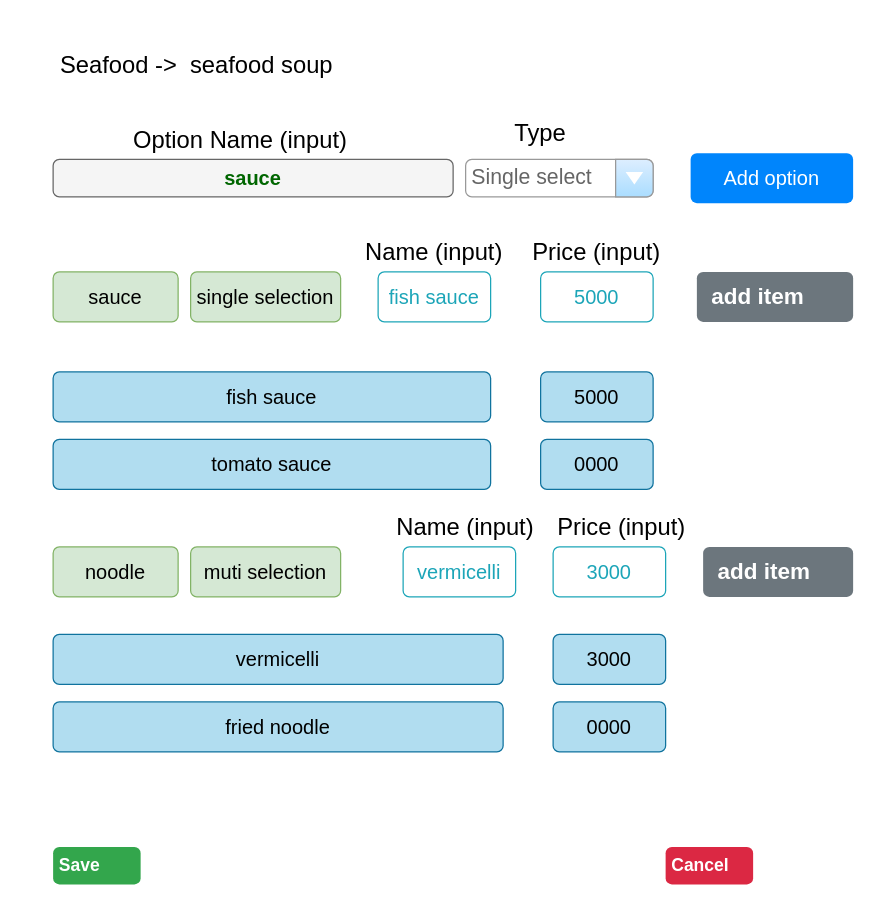
Before: resto_admin_order_menu.drawio in letrthang/design, a draw.io diagram. Source tidied: cells renumbered, new cells numbered last; positions are measured from the earlier drawing's top-left corner, leaving out a move shared by most shapes. Both pictures are drawn from the tidied source at 125%, with x=0, y=0 at pixel (21, 46).
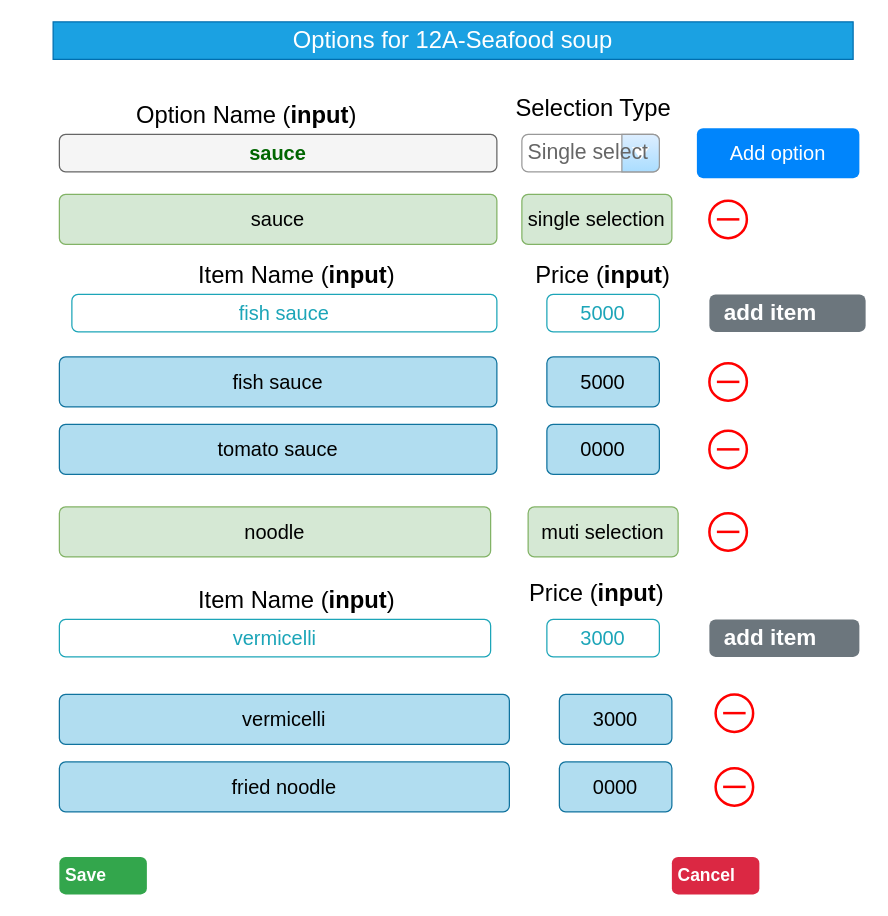
Above is the later version.

What changed in the source:
```diff
@@
-    <mxCell id="2" value="&lt;font style=&quot;font-size: 19px;&quot;&gt;Seafood -&amp;gt;&amp;nbsp; seafood soup&lt;/font&gt;" style="text;html=1;strokeColor=none;fillColor=none;align=center;verticalAlign=middle;whiteSpace=wrap;rounded=0;" parent="1" vertex="1">
-      <mxGeometry width="280" height="30" as="geometry" />
+    <mxCell id="2" value="&lt;font style=&quot;font-size: 19px;&quot;&gt;Options for 12A-Seafood soup&lt;/font&gt;" style="text;html=1;strokeColor=#006EAF;fillColor=#1ba1e2;align=center;verticalAlign=middle;whiteSpace=wrap;rounded=0;fontColor=#ffffff;" parent="1" vertex="1">
+      <mxGeometry x="25" y="-20" width="640" height="30" as="geometry" />
     </mxCell>
     <mxCell id="3" value="&lt;font color=&quot;#006600&quot;&gt;&lt;b&gt;sauce&lt;/b&gt;&lt;/font&gt;" style="html=1;shadow=0;dashed=0;shape=mxgraph.bootstrap.rrect;rSize=5;strokeColor=#666666;strokeWidth=1;fillColor=#f5f5f5;whiteSpace=wrap;align=center;verticalAlign=middle;spacingLeft=0;fontStyle=0;fontSize=16;spacing=5;fontColor=#333333;" parent="1" vertex="1">
-      <mxGeometry x="25" y="90" width="320" height="30" as="geometry" />
+      <mxGeometry x="30" y="70" width="350" height="30" as="geometry" />
     </mxCell>
-    <mxCell id="4" value="&lt;font style=&quot;font-size: 19px;&quot;&gt;Option Name (input)&lt;/font&gt;" style="text;html=1;strokeColor=none;fillColor=none;align=center;verticalAlign=middle;whiteSpace=wrap;rounded=0;" parent="1" vertex="1">
-      <mxGeometry x="85" y="60" width="180" height="30" as="geometry" />
+    <mxCell id="4" value="&lt;font style=&quot;font-size: 19px;&quot;&gt;Option Name (&lt;b&gt;input&lt;/b&gt;)&lt;/font&gt;" style="text;html=1;strokeColor=none;fillColor=none;align=center;verticalAlign=middle;whiteSpace=wrap;rounded=0;" parent="1" vertex="1">
+      <mxGeometry x="90" y="40" width="180" height="30" as="geometry" />
     </mxCell>
     <mxCell id="5" value="Single select" style="strokeWidth=1;shadow=0;dashed=0;align=center;html=1;shape=mxgraph.mockup.forms.comboBox;strokeColor=#999999;fillColor=#ddeeff;align=left;fillColor2=#aaddff;mainText=;fontColor=#666666;fontSize=17;spacingLeft=3;" parent="1" vertex="1">
-      <mxGeometry x="355" y="90" width="150" height="30" as="geometry" />
+      <mxGeometry x="400" y="70" width="110" height="30" as="geometry" />
     </mxCell>
-    <mxCell id="6" value="&lt;font style=&quot;font-size: 19px;&quot;&gt;Type&lt;/font&gt;" style="text;html=1;strokeColor=none;fillColor=none;align=center;verticalAlign=middle;whiteSpace=wrap;rounded=0;" parent="1" vertex="1">
-      <mxGeometry x="385" y="55" width="60" height="30" as="geometry" />
+    <mxCell id="6" value="&lt;font style=&quot;font-size: 19px;&quot;&gt;Selection Type&lt;/font&gt;" style="text;html=1;strokeColor=none;fillColor=none;align=center;verticalAlign=middle;whiteSpace=wrap;rounded=0;" parent="1" vertex="1">
+      <mxGeometry x="390" y="35" width="135" height="30" as="geometry" />
     </mxCell>
     <mxCell id="7" value="Add option" style="html=1;shadow=0;dashed=0;shape=mxgraph.bootstrap.rrect;rSize=5;strokeColor=none;strokeWidth=1;fillColor=#0085FC;fontColor=#FFFFFF;whiteSpace=wrap;align=center;verticalAlign=middle;spacingLeft=0;fontStyle=0;fontSize=16;spacing=5;" parent="1" vertex="1">
-      <mxGeometry x="535" y="85" width="130" height="40" as="geometry" />
+      <mxGeometry x="540" y="65" width="130" height="40" as="geometry" />
     </mxCell>
     <mxCell id="8" value="sauce" style="html=1;shadow=0;dashed=0;shape=mxgraph.bootstrap.rrect;rSize=5;strokeColor=#82b366;strokeWidth=1;fillColor=#d5e8d4;whiteSpace=wrap;align=center;verticalAlign=middle;spacingLeft=0;fontStyle=0;fontSize=16;spacing=5;" parent="1" vertex="1">
-      <mxGeometry x="25" y="180" width="100" height="40" as="geometry" />
+      <mxGeometry x="30" y="118" width="350" height="40" as="geometry" />
     </mxCell>
     <mxCell id="9" value="fish sauce" style="html=1;shadow=0;dashed=0;shape=mxgraph.bootstrap.rrect;rSize=5;strokeColor=#1CA5B8;strokeWidth=1;fillColor=none;fontColor=#1CA5B8;whiteSpace=wrap;align=center;verticalAlign=middle;spacingLeft=0;fontStyle=0;fontSize=16;spacing=5;" parent="1" vertex="1">
-      <mxGeometry x="285" y="180" width="90" height="40" as="geometry" />
+      <mxGeometry x="40" y="198" width="340" height="30" as="geometry" />
     </mxCell>
     <mxCell id="10" value="5000" style="html=1;shadow=0;dashed=0;shape=mxgraph.bootstrap.rrect;rSize=5;strokeColor=#1CA5B8;strokeWidth=1;fillColor=none;fontColor=#1CA5B8;whiteSpace=wrap;align=center;verticalAlign=middle;spacingLeft=0;fontStyle=0;fontSize=16;spacing=5;" parent="1" vertex="1">
-      <mxGeometry x="415" y="180" width="90" height="40" as="geometry" />
+      <mxGeometry x="420" y="198" width="90" height="30" as="geometry" />
     </mxCell>
     <mxCell id="11" value="add item" style="html=1;shadow=0;dashed=0;shape=mxgraph.bootstrap.rrect;rSize=5;strokeColor=none;strokeWidth=1;fillColor=#6C767D;fontColor=#FFFFFF;whiteSpace=wrap;align=left;verticalAlign=middle;spacingLeft=10;fontStyle=1;fontSize=18;" parent="1" vertex="1">
-      <mxGeometry x="540" y="180" width="125" height="40" as="geometry" />
+      <mxGeometry x="550" y="198" width="125" height="30" as="geometry" />
     </mxCell>
-    <mxCell id="12" value="&lt;font style=&quot;font-size: 19px;&quot;&gt;Name (input)&lt;/font&gt;" style="text;html=1;strokeColor=none;fillColor=none;align=center;verticalAlign=middle;whiteSpace=wrap;rounded=0;" parent="1" vertex="1">
-      <mxGeometry x="260" y="150" width="140" height="30" as="geometry" />
+    <mxCell id="12" value="&lt;font style=&quot;font-size: 19px;&quot;&gt;Item Name (&lt;b&gt;input&lt;/b&gt;)&lt;/font&gt;" style="text;html=1;strokeColor=none;fillColor=none;align=center;verticalAlign=middle;whiteSpace=wrap;rounded=0;" parent="1" vertex="1">
+      <mxGeometry x="135" y="168" width="170" height="30" as="geometry" />
     </mxCell>
-    <mxCell id="13" value="&lt;font style=&quot;font-size: 19px;&quot;&gt;Price (input)&lt;/font&gt;" style="text;html=1;strokeColor=none;fillColor=none;align=center;verticalAlign=middle;whiteSpace=wrap;rounded=0;" parent="1" vertex="1">
-      <mxGeometry x="405" y="150" width="110" height="30" as="geometry" />
+    <mxCell id="13" value="&lt;font style=&quot;font-size: 19px;&quot;&gt;Price (&lt;b&gt;input&lt;/b&gt;)&lt;/font&gt;" style="text;html=1;strokeColor=none;fillColor=none;align=center;verticalAlign=middle;whiteSpace=wrap;rounded=0;" parent="1" vertex="1">
+      <mxGeometry x="410" y="168" width="110" height="30" as="geometry" />
     </mxCell>
     <mxCell id="14" value="fish sauce" style="html=1;shadow=0;dashed=0;shape=mxgraph.bootstrap.rrect;rSize=5;strokeColor=#10739e;strokeWidth=1;fillColor=#b1ddf0;whiteSpace=wrap;align=center;verticalAlign=middle;spacingLeft=0;fontStyle=0;fontSize=16;spacing=5;" parent="1" vertex="1">
-      <mxGeometry x="25" y="260" width="350" height="40" as="geometry" />
+      <mxGeometry x="30" y="248" width="350" height="40" as="geometry" />
     </mxCell>
     <mxCell id="15" value="5000" style="html=1;shadow=0;dashed=0;shape=mxgraph.bootstrap.rrect;rSize=5;strokeColor=#10739e;strokeWidth=1;fillColor=#b1ddf0;whiteSpace=wrap;align=center;verticalAlign=middle;spacingLeft=0;fontStyle=0;fontSize=16;spacing=5;" parent="1" vertex="1">
-      <mxGeometry x="415" y="260" width="90" height="40" as="geometry" />
+      <mxGeometry x="420" y="248" width="90" height="40" as="geometry" />
     </mxCell>
     <mxCell id="16" value="tomato sauce" style="html=1;shadow=0;dashed=0;shape=mxgraph.bootstrap.rrect;rSize=5;strokeColor=#10739e;strokeWidth=1;fillColor=#b1ddf0;whiteSpace=wrap;align=center;verticalAlign=middle;spacingLeft=0;fontStyle=0;fontSize=16;spacing=5;" parent="1" vertex="1">
-      <mxGeometry x="25" y="314" width="350" height="40" as="geometry" />
+      <mxGeometry x="30" y="302" width="350" height="40" as="geometry" />
     </mxCell>
     <mxCell id="17" value="0000" style="html=1;shadow=0;dashed=0;shape=mxgraph.bootstrap.rrect;rSize=5;strokeColor=#10739e;strokeWidth=1;fillColor=#b1ddf0;whiteSpace=wrap;align=center;verticalAlign=middle;spacingLeft=0;fontStyle=0;fontSize=16;spacing=5;" parent="1" vertex="1">
-      <mxGeometry x="415" y="314" width="90" height="40" as="geometry" />
+      <mxGeometry x="420" y="302" width="90" height="40" as="geometry" />
     </mxCell>
     <mxCell id="18" value="noodle" style="html=1;shadow=0;dashed=0;shape=mxgraph.bootstrap.rrect;rSize=5;strokeColor=#82b366;strokeWidth=1;fillColor=#d5e8d4;whiteSpace=wrap;align=center;verticalAlign=middle;spacingLeft=0;fontStyle=0;fontSize=16;spacing=5;" parent="1" vertex="1">
-      <mxGeometry x="25" y="400" width="100" height="40" as="geometry" />
+      <mxGeometry x="30" y="368" width="345" height="40" as="geometry" />
     </mxCell>
     <mxCell id="19" value="vermicelli" style="html=1;shadow=0;dashed=0;shape=mxgraph.bootstrap.rrect;rSize=5;strokeColor=#1CA5B8;strokeWidth=1;fillColor=none;fontColor=#1CA5B8;whiteSpace=wrap;align=center;verticalAlign=middle;spacingLeft=0;fontStyle=0;fontSize=16;spacing=5;" parent="1" vertex="1">
-      <mxGeometry x="305" y="400" width="90" height="40" as="geometry" />
+      <mxGeometry x="30" y="458" width="345" height="30" as="geometry" />
     </mxCell>
     <mxCell id="20" value="3000" style="html=1;shadow=0;dashed=0;shape=mxgraph.bootstrap.rrect;rSize=5;strokeColor=#1CA5B8;strokeWidth=1;fillColor=none;fontColor=#1CA5B8;whiteSpace=wrap;align=center;verticalAlign=middle;spacingLeft=0;fontStyle=0;fontSize=16;spacing=5;" parent="1" vertex="1">
-      <mxGeometry x="425" y="400" width="90" height="40" as="geometry" />
+      <mxGeometry x="420" y="458" width="90" height="30" as="geometry" />
     </mxCell>
     <mxCell id="21" value="add item" style="html=1;shadow=0;dashed=0;shape=mxgraph.bootstrap.rrect;rSize=5;strokeColor=none;strokeWidth=1;fillColor=#6C767D;fontColor=#FFFFFF;whiteSpace=wrap;align=left;verticalAlign=middle;spacingLeft=10;fontStyle=1;fontSize=18;" parent="1" vertex="1">
-      <mxGeometry x="545" y="400" width="120" height="40" as="geometry" />
+      <mxGeometry x="550" y="458" width="120" height="30" as="geometry" />
     </mxCell>
-    <mxCell id="22" value="&lt;font style=&quot;font-size: 19px;&quot;&gt;Name (input)&lt;/font&gt;" style="text;html=1;strokeColor=none;fillColor=none;align=center;verticalAlign=middle;whiteSpace=wrap;rounded=0;" parent="1" vertex="1">
-      <mxGeometry x="285" y="370" width="140" height="30" as="geometry" />
+    <mxCell id="22" value="&lt;font style=&quot;font-size: 19px;&quot;&gt;Item Name (&lt;b&gt;input&lt;/b&gt;)&lt;/font&gt;" style="text;html=1;strokeColor=none;fillColor=none;align=center;verticalAlign=middle;whiteSpace=wrap;rounded=0;" parent="1" vertex="1">
+      <mxGeometry x="125" y="428" width="190" height="30" as="geometry" />
     </mxCell>
-    <mxCell id="23" value="&lt;font style=&quot;font-size: 19px;&quot;&gt;Price (input)&lt;/font&gt;" style="text;html=1;strokeColor=none;fillColor=none;align=center;verticalAlign=middle;whiteSpace=wrap;rounded=0;" parent="1" vertex="1">
-      <mxGeometry x="425" y="370" width="110" height="30" as="geometry" />
+    <mxCell id="23" value="&lt;font style=&quot;font-size: 19px;&quot;&gt;Price (&lt;b&gt;input&lt;/b&gt;)&lt;/font&gt;" style="text;html=1;strokeColor=none;fillColor=none;align=center;verticalAlign=middle;whiteSpace=wrap;rounded=0;" parent="1" vertex="1">
+      <mxGeometry x="405" y="418" width="110" height="40" as="geometry" />
     </mxCell>
     <mxCell id="24" value="vermicelli" style="html=1;shadow=0;dashed=0;shape=mxgraph.bootstrap.rrect;rSize=5;strokeColor=#10739e;strokeWidth=1;fillColor=#b1ddf0;whiteSpace=wrap;align=center;verticalAlign=middle;spacingLeft=0;fontStyle=0;fontSize=16;spacing=5;" parent="1" vertex="1">
-      <mxGeometry x="25" y="470" width="360" height="40" as="geometry" />
+      <mxGeometry x="30" y="518" width="360" height="40" as="geometry" />
     </mxCell>
     <mxCell id="25" value="3000" style="html=1;shadow=0;dashed=0;shape=mxgraph.bootstrap.rrect;rSize=5;strokeColor=#10739e;strokeWidth=1;fillColor=#b1ddf0;whiteSpace=wrap;align=center;verticalAlign=middle;spacingLeft=0;fontStyle=0;fontSize=16;spacing=5;" parent="1" vertex="1">
-      <mxGeometry x="425" y="470" width="90" height="40" as="geometry" />
+      <mxGeometry x="430" y="518" width="90" height="40" as="geometry" />
     </mxCell>
     <mxCell id="26" value="fried noodle" style="html=1;shadow=0;dashed=0;shape=mxgraph.bootstrap.rrect;rSize=5;strokeColor=#10739e;strokeWidth=1;fillColor=#b1ddf0;whiteSpace=wrap;align=center;verticalAlign=middle;spacingLeft=0;fontStyle=0;fontSize=16;spacing=5;" parent="1" vertex="1">
-      <mxGeometry x="25" y="524" width="360" height="40" as="geometry" />
+      <mxGeometry x="30" y="572" width="360" height="40" as="geometry" />
     </mxCell>
     <mxCell id="27" value="0000" style="html=1;shadow=0;dashed=0;shape=mxgraph.bootstrap.rrect;rSize=5;strokeColor=#10739e;strokeWidth=1;fillColor=#b1ddf0;whiteSpace=wrap;align=center;verticalAlign=middle;spacingLeft=0;fontStyle=0;fontSize=16;spacing=5;" parent="1" vertex="1">
-      <mxGeometry x="425" y="524" width="90" height="40" as="geometry" />
+      <mxGeometry x="430" y="572" width="90" height="40" as="geometry" />
     </mxCell>
     <mxCell id="28" value="single selection" style="html=1;shadow=0;dashed=0;shape=mxgraph.bootstrap.rrect;rSize=5;strokeColor=#82b366;strokeWidth=1;fillColor=#d5e8d4;whiteSpace=wrap;align=center;verticalAlign=middle;spacingLeft=0;fontStyle=0;fontSize=16;spacing=5;" parent="1" vertex="1">
-      <mxGeometry x="135" y="180" width="120" height="40" as="geometry" />
+      <mxGeometry x="400" y="118" width="120" height="40" as="geometry" />
     </mxCell>
     <mxCell id="29" value="muti selection" style="html=1;shadow=0;dashed=0;shape=mxgraph.bootstrap.rrect;rSize=5;strokeColor=#82b366;strokeWidth=1;fillColor=#d5e8d4;whiteSpace=wrap;align=center;verticalAlign=middle;spacingLeft=0;fontStyle=0;fontSize=16;spacing=5;" parent="1" vertex="1">
-      <mxGeometry x="135" y="400" width="120" height="40" as="geometry" />
+      <mxGeometry x="405" y="368" width="120" height="40" as="geometry" />
     </mxCell>
     <mxCell id="30" value="Save" style="html=1;shadow=0;dashed=0;shape=mxgraph.bootstrap.rrect;rSize=5;strokeColor=none;strokeWidth=1;fillColor=#33A64C;fontColor=#FFFFFF;whiteSpace=wrap;align=left;verticalAlign=middle;spacingLeft=0;fontStyle=1;fontSize=14;spacing=5;" parent="1" vertex="1">
-      <mxGeometry x="25" y="640" width="70" height="30" as="geometry" />
+      <mxGeometry x="30" y="648" width="70" height="30" as="geometry" />
     </mxCell>
     <mxCell id="31" value="Cancel" style="html=1;shadow=0;dashed=0;shape=mxgraph.bootstrap.rrect;rSize=5;strokeColor=none;strokeWidth=1;fillColor=#DB2843;fontColor=#FFFFFF;whiteSpace=wrap;align=left;verticalAlign=middle;spacingLeft=0;fontStyle=1;fontSize=14;spacing=5;" parent="1" vertex="1">
-      <mxGeometry x="515" y="640" width="70" height="30" as="geometry" />
+      <mxGeometry x="520" y="648" width="70" height="30" as="geometry" />
     </mxCell>
+    <mxCell id="32" style="html=1;verticalLabelPosition=bottom;align=center;labelBackgroundColor=#ffffff;verticalAlign=top;strokeWidth=2;strokeColor=#FF0000;shadow=0;dashed=0;shape=mxgraph.ios7.icons.delete;" parent="1" vertex="1">
+      <mxGeometry x="550" y="123" width="30" height="30" as="geometry" />
+    </mxCell>
+    <mxCell id="33" style="html=1;verticalLabelPosition=bottom;align=center;labelBackgroundColor=#ffffff;verticalAlign=top;strokeWidth=2;strokeColor=#FF0000;shadow=0;dashed=0;shape=mxgraph.ios7.icons.delete;" parent="1" vertex="1">
+      <mxGeometry x="550" y="253" width="30" height="30" as="geometry" />
+    </mxCell>
+    <mxCell id="34" style="html=1;verticalLabelPosition=bottom;align=center;labelBackgroundColor=#ffffff;verticalAlign=top;strokeWidth=2;strokeColor=#FF0000;shadow=0;dashed=0;shape=mxgraph.ios7.icons.delete;" parent="1" vertex="1">
+      <mxGeometry x="550" y="307" width="30" height="30" as="geometry" />
+    </mxCell>
+    <mxCell id="35" style="html=1;verticalLabelPosition=bottom;align=center;labelBackgroundColor=#ffffff;verticalAlign=top;strokeWidth=2;strokeColor=#FF0000;shadow=0;dashed=0;shape=mxgraph.ios7.icons.delete;" parent="1" vertex="1">
+      <mxGeometry x="550" y="373" width="30" height="30" as="geometry" />
+    </mxCell>
+    <mxCell id="36" style="html=1;verticalLabelPosition=bottom;align=center;labelBackgroundColor=#ffffff;verticalAlign=top;strokeWidth=2;strokeColor=#FF0000;shadow=0;dashed=0;shape=mxgraph.ios7.icons.delete;" parent="1" vertex="1">
+      <mxGeometry x="555" y="518" width="30" height="30" as="geometry" />
+    </mxCell>
+    <mxCell id="37" style="html=1;verticalLabelPosition=bottom;align=center;labelBackgroundColor=#ffffff;verticalAlign=top;strokeWidth=2;strokeColor=#FF0000;shadow=0;dashed=0;shape=mxgraph.ios7.icons.delete;" parent="1" vertex="1">
+      <mxGeometry x="555" y="577" width="30" height="30" as="geometry" />
+    </mxCell>
```
